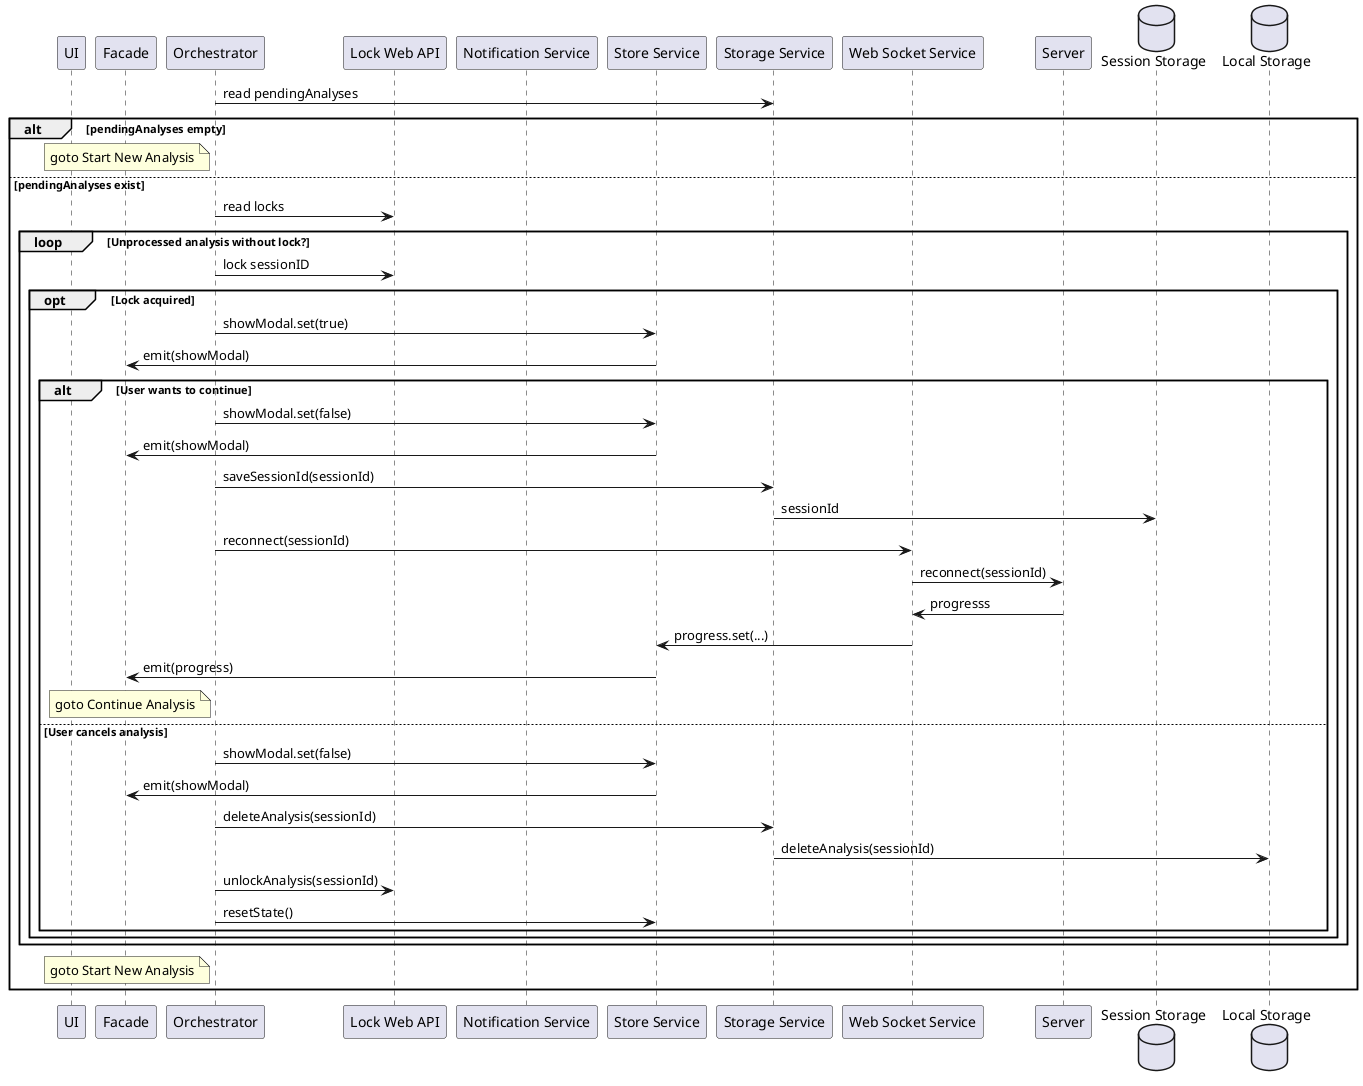
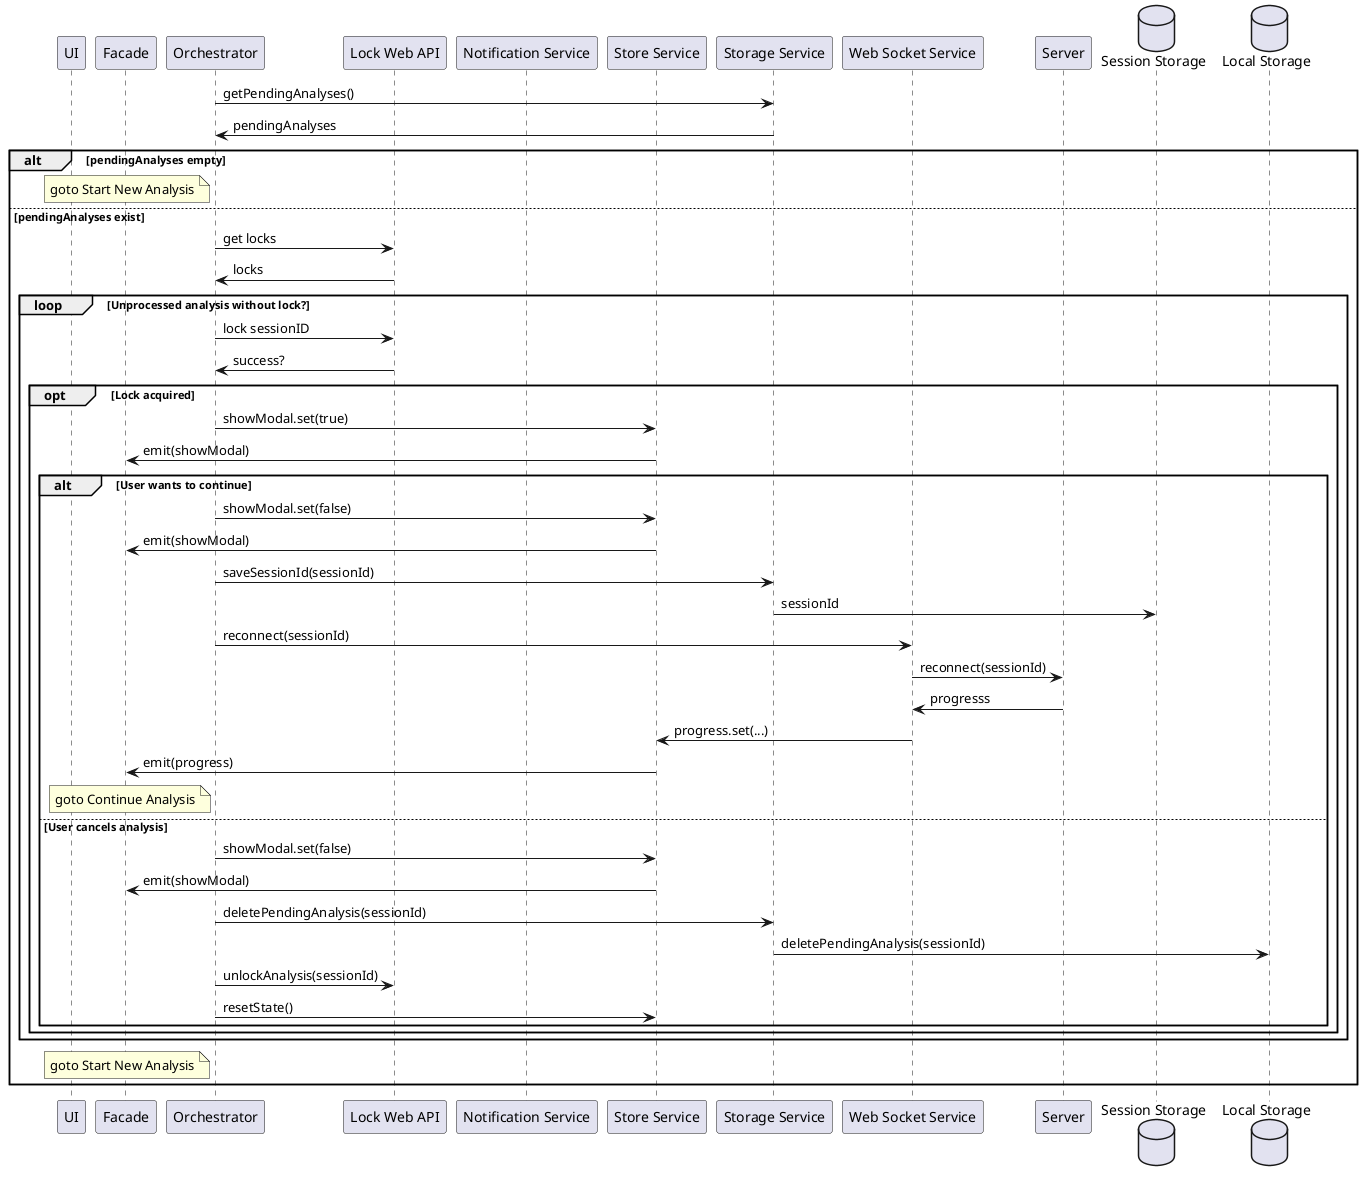
@startuml Try To Resume Analysis

participant "UI" as U
participant "Facade" as F
participant "Orchestrator" as O
participant "Lock Web API" as L
participant "Notification Service" as N
participant "Store Service" as ST
participant "Storage Service" as STG
participant "Web Socket Service" as WS
participant "Server" as SRV

database "Session Storage" as SS
database "Local Storage" as LS

- O -> STG: read pendingAnalyses
+ O -> STG: getPendingAnalyses()
+ STG -> O: pendingAnalyses

alt pendingAnalyses empty
    note left of O: goto Start New Analysis

else pendingAnalyses exist
-     O -> L: read locks
+     O -> L: get locks
+     L -> O: locks

    loop Unprocessed analysis without lock?
        O -> L: lock sessionID
+         L -> O: success?

        opt Lock acquired
            O -> ST: showModal.set(true)
            ST -> F: emit(showModal)

            alt User wants to continue
                O -> ST: showModal.set(false)
                ST -> F: emit(showModal)
                O -> STG: saveSessionId(sessionId)
                STG -> SS: sessionId
                O -> WS: reconnect(sessionId)
                WS -> SRV: reconnect(sessionId)
                SRV -> WS: progresss
                WS -> ST: progress.set(...)
                ST -> F: emit(progress)
                note left of O: goto Continue Analysis

            else User cancels analysis
                O -> ST: showModal.set(false)
                ST -> F: emit(showModal)
-                 O -> STG: deleteAnalysis(sessionId)
-                 STG -> LS: deleteAnalysis(sessionId)
+                 O -> STG: deletePendingAnalysis(sessionId)
+                 STG -> LS: deletePendingAnalysis(sessionId)
                O -> L: unlockAnalysis(sessionId)
                O -> ST: resetState()
            end
        end
    end

   note left of O: goto Start New Analysis
end

@enduml